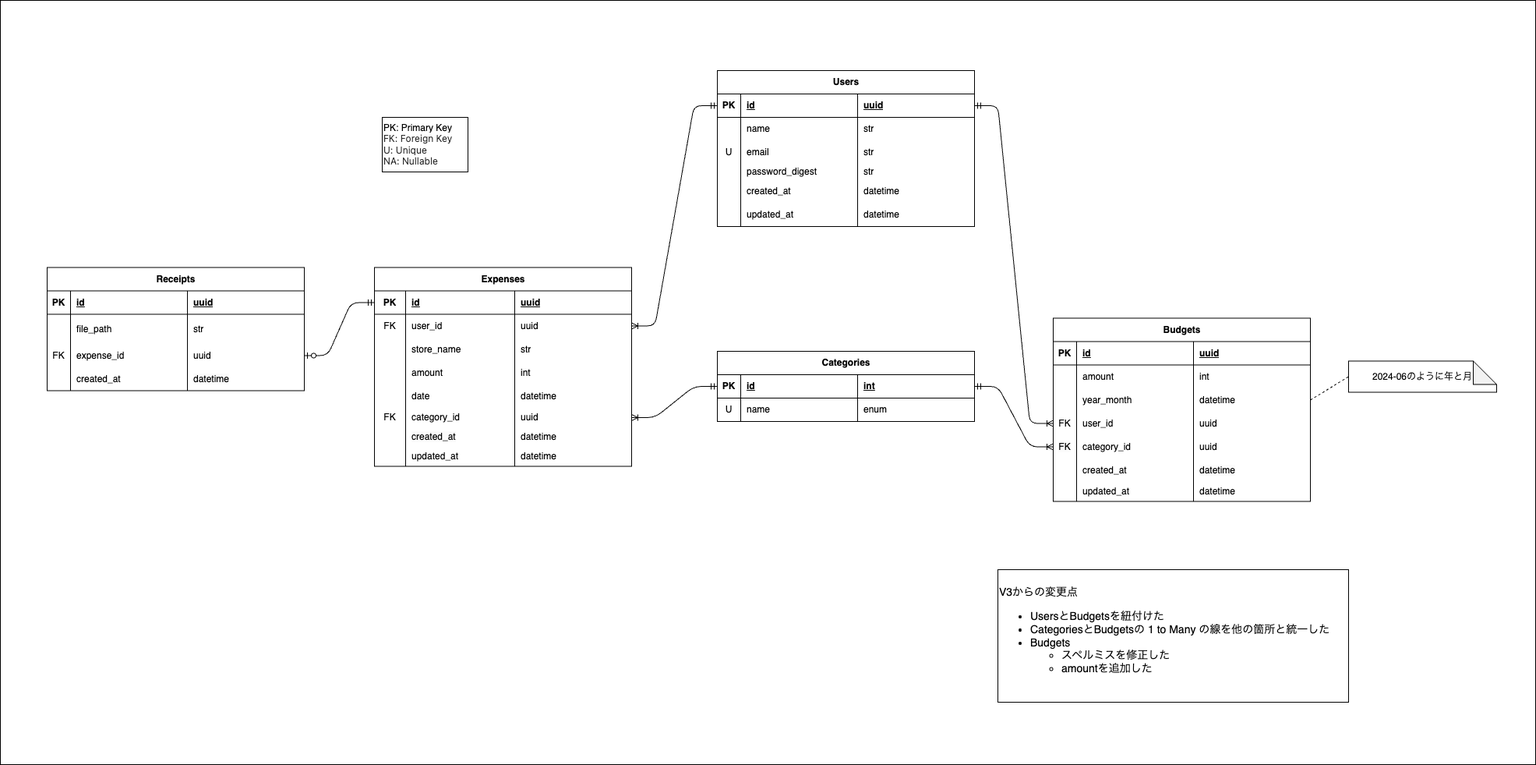
This is architecture/ER/ER_v4.png from ogaogs/receipt-scanner, a draw.io export, as it was before one commit. Source tidied: cells renumbered, new cells last; positions are measured from the earlier drawing's top-left corner, leaving out a move shared by most shapes.
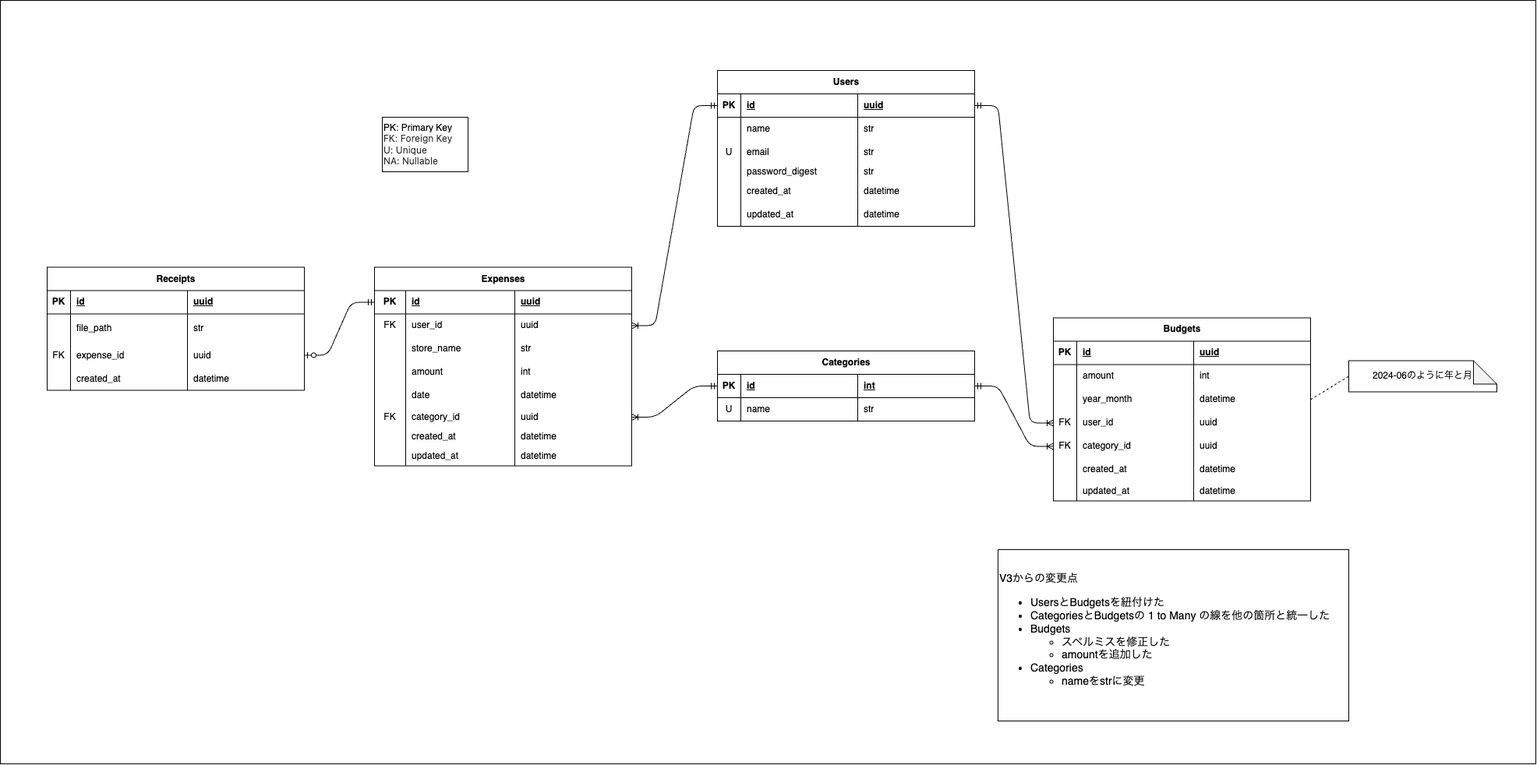
Later version of the same file.

Commit message:
🗃️ ER図のCategoriesのnameをstrに変更 (#41)

Diff of the diagram source:
```diff
@@ -203,7 +203,7 @@
     <mxCell id="68" value="name" style="shape=partialRectangle;fillColor=none;top=0;left=0;bottom=0;right=0;align=left;spacingLeft=6;overflow=hidden;whiteSpace=wrap;html=1;" parent="66" vertex="1">
       <mxGeometry x="30" width="150" height="30" as="geometry" />
     </mxCell>
-    <mxCell id="69" value="enum" style="shape=partialRectangle;fillColor=none;top=0;left=0;bottom=0;right=0;align=left;spacingLeft=6;overflow=hidden;whiteSpace=wrap;html=1;" parent="66" vertex="1">
+    <mxCell id="69" value="str" style="shape=partialRectangle;fillColor=none;top=0;left=0;bottom=0;right=0;align=left;spacingLeft=6;overflow=hidden;whiteSpace=wrap;html=1;" parent="66" vertex="1">
       <mxGeometry x="180" width="150" height="30" as="geometry" />
     </mxCell>
     <mxCell id="70" value="Receipts" style="shape=table;startSize=30;rowLines=0;fontStyle=1;align=center;html=1;" parent="1" vertex="1">
@@ -344,8 +344,8 @@
     <mxCell id="115" value="datetime" style="shape=partialRectangle;fillColor=none;top=0;left=0;bottom=0;right=0;align=left;spacingLeft=6;overflow=hidden;whiteSpace=wrap;html=1;" parent="112" vertex="1">
       <mxGeometry x="180" width="150" height="25" as="geometry" />
     </mxCell>
-    <mxCell id="116" value="&lt;div style=&quot;font-size: 14px;&quot;&gt;V3からの変更点&lt;/div&gt;&lt;ul style=&quot;&quot;&gt;&lt;li style=&quot;font-size: 14px;&quot;&gt;UsersとBudgetsを紐付けた&lt;/li&gt;&lt;li style=&quot;font-size: 14px;&quot;&gt;CategoriesとBudgetsの 1 to Many の線を他の箇所と統一した&lt;/li&gt;&lt;li style=&quot;font-size: 14px;&quot;&gt;Budgets&lt;/li&gt;&lt;ul&gt;&lt;li style=&quot;font-size: 14px;&quot;&gt;スペルミスを修正した&lt;/li&gt;&lt;li style=&quot;font-size: 14px;&quot;&gt;amountを追加した&lt;/li&gt;&lt;/ul&gt;&lt;/ul&gt;" style="text;html=1;align=left;verticalAlign=middle;strokeColor=default;fillColor=none;fontSize=14;" parent="1" vertex="1">
-      <mxGeometry x="1280" y="730" width="450" height="170" as="geometry" />
+    <mxCell id="116" value="&lt;div style=&quot;font-size: 14px;&quot;&gt;V3からの変更点&lt;/div&gt;&lt;ul style=&quot;&quot;&gt;&lt;li style=&quot;font-size: 14px;&quot;&gt;UsersとBudgetsを紐付けた&lt;/li&gt;&lt;li style=&quot;font-size: 14px;&quot;&gt;CategoriesとBudgetsの 1 to Many の線を他の箇所と統一した&lt;/li&gt;&lt;li style=&quot;font-size: 14px;&quot;&gt;Budgets&lt;/li&gt;&lt;ul&gt;&lt;li style=&quot;font-size: 14px;&quot;&gt;スペルミスを修正した&lt;/li&gt;&lt;li style=&quot;font-size: 14px;&quot;&gt;amountを追加した&lt;/li&gt;&lt;/ul&gt;&lt;li&gt;Categories&lt;/li&gt;&lt;ul&gt;&lt;li&gt;nameをstrに変更&lt;/li&gt;&lt;/ul&gt;&lt;/ul&gt;" style="text;html=1;align=left;verticalAlign=middle;strokeColor=default;fillColor=none;fontSize=14;" parent="1" vertex="1">
+      <mxGeometry x="1280" y="705" width="450" height="220" as="geometry" />
     </mxCell>
     <mxCell id="117" value="&lt;font style=&quot;font-size: 12px;&quot;&gt;PK: Primary Key&lt;span style=&quot;color: rgba(0, 0, 0, 0.82); font-family: -apple-system, &amp;quot;system-ui&amp;quot;, &amp;quot;Hiragino Kaku Gothic ProN&amp;quot;, &amp;quot;Hiragino Sans&amp;quot;, Meiryo, sans-serif, &amp;quot;Segoe UI Emoji&amp;quot;; background-color: rgb(255, 255, 255);&quot;&gt;&lt;br&gt;FK: Foreign Key&lt;br&gt;U: Unique&lt;br&gt;NA: Nullable&lt;br&gt;&lt;/span&gt;&lt;/font&gt;" style="text;html=1;align=left;verticalAlign=middle;strokeColor=default;fillColor=none;" parent="1" vertex="1">
       <mxGeometry x="490" y="150" width="110" height="70" as="geometry" />
```
